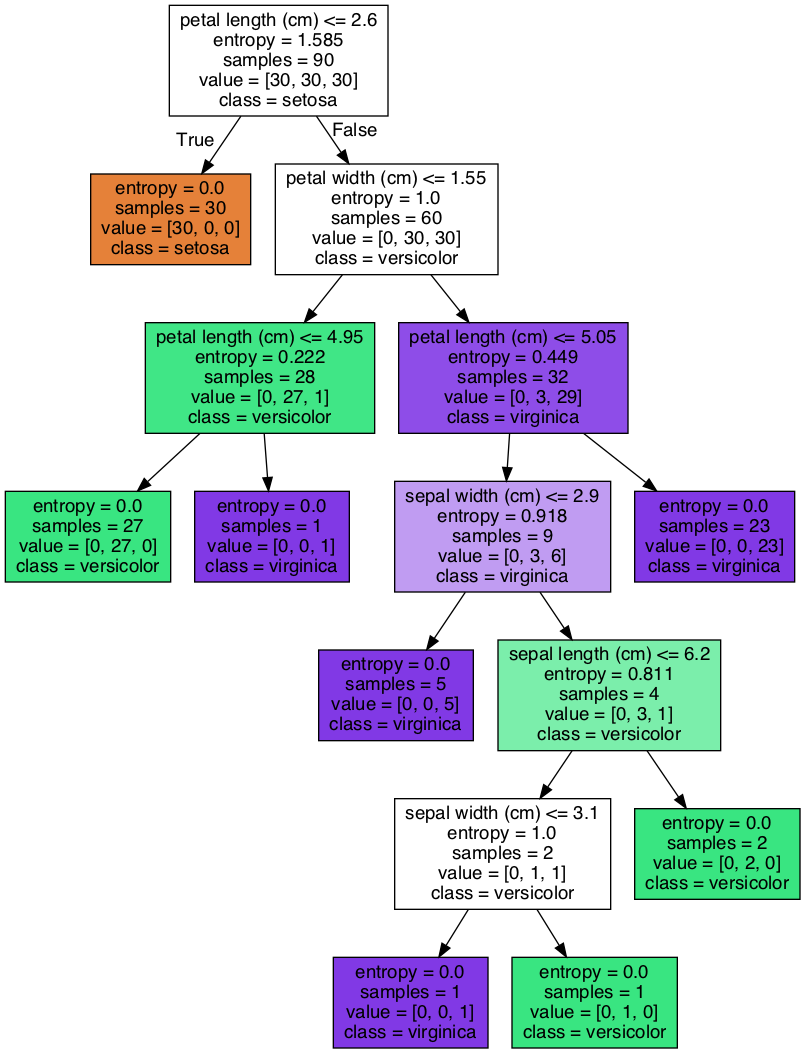
almehdiKrisni/UE_IAMSI keeps this Graphviz diagram as TME10/autre_arbre.png. Above is the earlier version. Its source is kept beside it as TME10/autre_arbre.dot.
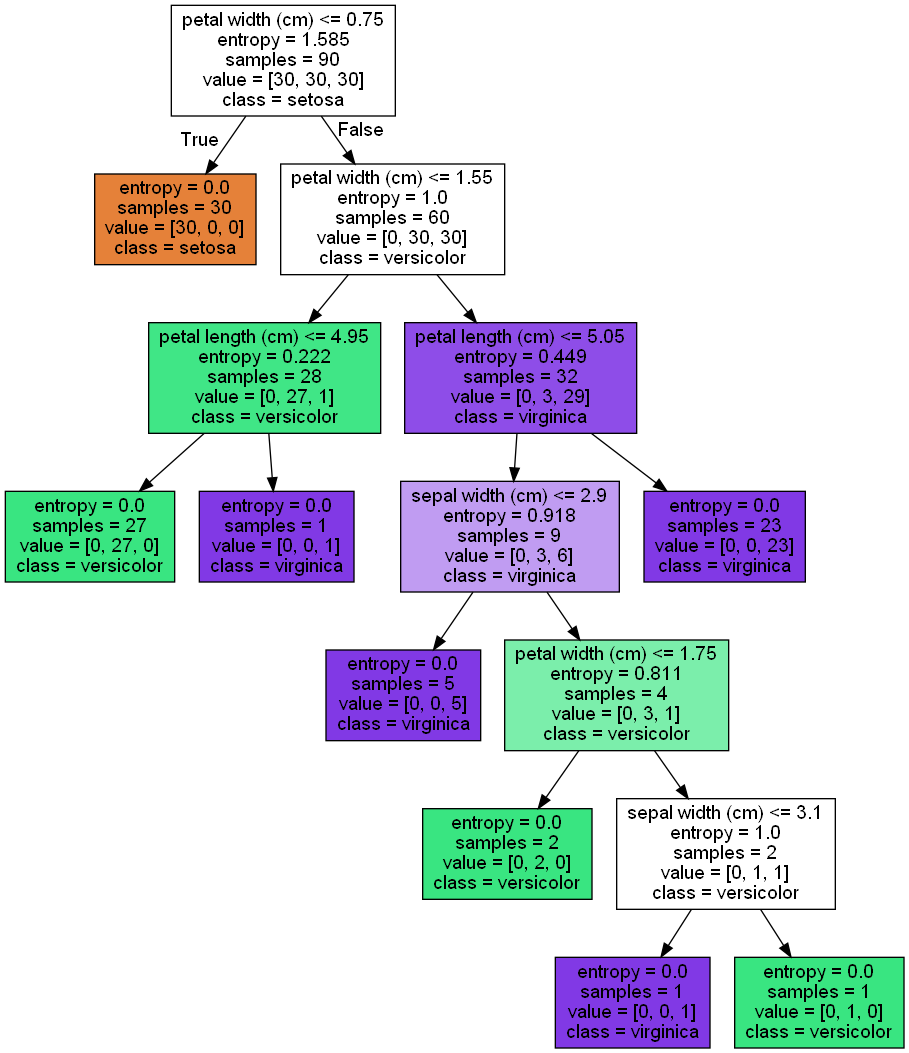
After the change.

Change to the diagram source:
```diff
@@ -1,7 +1,7 @@
 digraph Tree {
 node [shape=box, style="filled", color="black", fontname="helvetica"] ;
 edge [fontname="helvetica"] ;
-0 [label="petal length (cm) <= 2.6\nentropy = 1.585\nsamples = 90\nvalue = [30, 30, 30]\nclass = setosa", fillcolor="#ffffff"] ;
+0 [label="petal width (cm) <= 0.75\nentropy = 1.585\nsamples = 90\nvalue = [30, 30, 30]\nclass = setosa", fillcolor="#ffffff"] ;
 1 [label="entropy = 0.0\nsamples = 30\nvalue = [30, 0, 0]\nclass = setosa", fillcolor="#e58139"] ;
 0 -> 1 [labeldistance=2.5, labelangle=45, headlabel="True"] ;
 2 [label="petal width (cm) <= 1.55\nentropy = 1.0\nsamples = 60\nvalue = [0, 30, 30]\nclass = versicolor", fillcolor="#ffffff"] ;
@@ -18,16 +18,16 @@
 6 -> 7 ;
 8 [label="entropy = 0.0\nsamples = 5\nvalue = [0, 0, 5]\nclass = virginica", fillcolor="#8139e5"] ;
 7 -> 8 ;
-9 [label="sepal length (cm) <= 6.2\nentropy = 0.811\nsamples = 4\nvalue = [0, 3, 1]\nclass = versicolor", fillcolor="#7beeab"] ;
+9 [label="petal width (cm) <= 1.75\nentropy = 0.811\nsamples = 4\nvalue = [0, 3, 1]\nclass = versicolor", fillcolor="#7beeab"] ;
 7 -> 9 ;
-10 [label="sepal width (cm) <= 3.1\nentropy = 1.0\nsamples = 2\nvalue = [0, 1, 1]\nclass = versicolor", fillcolor="#ffffff"] ;
+10 [label="entropy = 0.0\nsamples = 2\nvalue = [0, 2, 0]\nclass = versicolor", fillcolor="#39e581"] ;
 9 -> 10 ;
-11 [label="entropy = 0.0\nsamples = 1\nvalue = [0, 0, 1]\nclass = virginica", fillcolor="#8139e5"] ;
-10 -> 11 ;
-12 [label="entropy = 0.0\nsamples = 1\nvalue = [0, 1, 0]\nclass = versicolor", fillcolor="#39e581"] ;
-10 -> 12 ;
-13 [label="entropy = 0.0\nsamples = 2\nvalue = [0, 2, 0]\nclass = versicolor", fillcolor="#39e581"] ;
-9 -> 13 ;
+11 [label="sepal width (cm) <= 3.1\nentropy = 1.0\nsamples = 2\nvalue = [0, 1, 1]\nclass = versicolor", fillcolor="#ffffff"] ;
+9 -> 11 ;
+12 [label="entropy = 0.0\nsamples = 1\nvalue = [0, 0, 1]\nclass = virginica", fillcolor="#8139e5"] ;
+11 -> 12 ;
+13 [label="entropy = 0.0\nsamples = 1\nvalue = [0, 1, 0]\nclass = versicolor", fillcolor="#39e581"] ;
+11 -> 13 ;
 14 [label="entropy = 0.0\nsamples = 23\nvalue = [0, 0, 23]\nclass = virginica", fillcolor="#8139e5"] ;
 6 -> 14 ;
 }
```
